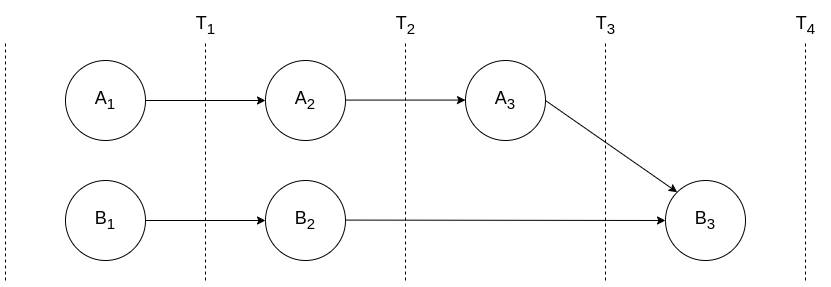
Earlier version of the draw.io export docs/images/join-A-to-B-add-to-B.png (orbitdb-archive/orbit-db-nextgen). Source tidied: cells renumbered, new cells last; positions are measured from the earlier drawing's top-left corner, leaving out a move shared by most shapes.
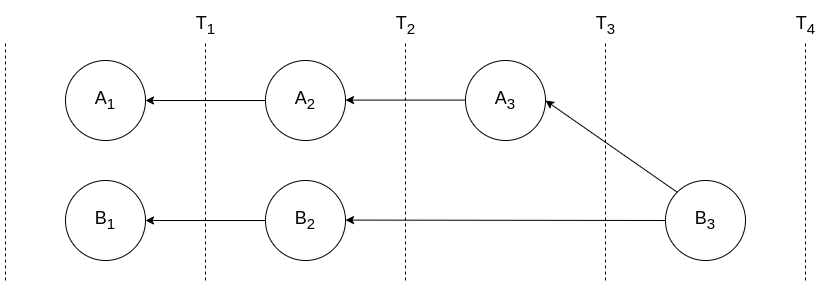
The same diagram one commit later.

The edit, as a diff of the source:
```diff
@@ -8,7 +8,7 @@
     <mxCell id="3" value="&lt;font style=&quot;font-size: 18px;&quot;&gt;B&lt;sub&gt;2&lt;/sub&gt;&lt;/font&gt;" style="ellipse;whiteSpace=wrap;html=1;" parent="1" vertex="1">
       <mxGeometry x="260" y="175" width="80" height="80" as="geometry" />
     </mxCell>
-    <mxCell id="4" style="endArrow=classic;html=1;rounded=0;exitX=1;exitY=0.5;exitDx=0;exitDy=0;entryX=0;entryY=0.5;entryDx=0;entryDy=0;" parent="1" edge="1" source="2" target="3">
+    <mxCell id="4" style="endArrow=classic;html=1;rounded=0;exitX=0;exitY=0.5;exitDx=0;exitDy=0;entryX=1;entryY=0.5;entryDx=0;entryDy=0;" parent="1" edge="1" source="3" target="2">
       <mxGeometry relative="1" as="geometry" />
     </mxCell>
     <mxCell id="5" style="endArrow=none;dashed=1;html=1;rounded=0;" parent="1" edge="1">
@@ -50,7 +50,7 @@
     <mxCell id="13" value="&lt;font style=&quot;font-size: 18px;&quot;&gt;A&lt;sub&gt;2&lt;/sub&gt;&lt;/font&gt;" style="ellipse;whiteSpace=wrap;html=1;" parent="1" vertex="1">
       <mxGeometry x="260" y="55" width="80" height="80" as="geometry" />
     </mxCell>
-    <mxCell id="14" style="endArrow=classic;html=1;rounded=0;exitX=1;exitY=0.5;exitDx=0;exitDy=0;entryX=0;entryY=0.5;entryDx=0;entryDy=0;" parent="1" edge="1" source="12" target="13">
+    <mxCell id="14" style="endArrow=classic;html=1;rounded=0;exitX=0;exitY=0.5;exitDx=0;exitDy=0;entryX=1;entryY=0.5;entryDx=0;entryDy=0;" parent="1" edge="1" source="13" target="12">
       <mxGeometry relative="1" as="geometry" />
     </mxCell>
     <mxCell id="15" value="&lt;font style=&quot;font-size: 18px;&quot;&gt;A&lt;sub&gt;3&lt;/sub&gt;&lt;/font&gt;" style="ellipse;whiteSpace=wrap;html=1;" parent="1" vertex="1">
@@ -58,8 +58,8 @@
     </mxCell>
     <mxCell id="16" style="endArrow=classic;html=1;rounded=0;exitX=1;exitY=0.5;exitDx=0;exitDy=0;entryX=0;entryY=0.5;entryDx=0;entryDy=0;" parent="1" edge="1">
       <mxGeometry relative="1" as="geometry">
-        <mxPoint x="340" y="94.6" as="sourcePoint" />
-        <mxPoint x="460" y="94.6" as="targetPoint" />
+        <mxPoint x="460" y="94.6" as="sourcePoint" />
+        <mxPoint x="340" y="94.6" as="targetPoint" />
       </mxGeometry>
     </mxCell>
     <mxCell id="17" style="endArrow=none;dashed=1;html=1;rounded=0;" parent="1" edge="1">
@@ -74,12 +74,12 @@
     <mxCell id="19" value="&lt;font style=&quot;font-size: 18px;&quot;&gt;B&lt;sub&gt;3&lt;/sub&gt;&lt;/font&gt;" style="ellipse;whiteSpace=wrap;html=1;" parent="1" vertex="1">
       <mxGeometry x="660" y="175" width="80" height="80" as="geometry" />
     </mxCell>
-    <mxCell id="20" style="endArrow=classic;html=1;rounded=0;exitX=1;exitY=0.5;exitDx=0;exitDy=0;entryX=0;entryY=0.5;entryDx=0;entryDy=0;" parent="1" edge="1" target="19">
+    <mxCell id="20" style="endArrow=classic;html=1;rounded=0;exitX=0;exitY=0.5;exitDx=0;exitDy=0;entryX=0;entryY=0.5;entryDx=0;entryDy=0;" parent="1" edge="1" source="19">
       <mxGeometry relative="1" as="geometry">
-        <mxPoint x="340" y="214.6" as="sourcePoint" />
+        <mxPoint x="340" y="214.6" as="targetPoint" />
       </mxGeometry>
     </mxCell>
-    <mxCell id="21" style="endArrow=classic;html=1;rounded=0;exitX=1;exitY=0.5;exitDx=0;exitDy=0;entryX=0;entryY=0;entryDx=0;entryDy=0;" parent="1" edge="1" source="15" target="19">
+    <mxCell id="21" style="endArrow=classic;html=1;rounded=0;exitX=0;exitY=0;exitDx=0;exitDy=0;entryX=1;entryY=0.5;entryDx=0;entryDy=0;" parent="1" edge="1" source="19" target="15">
       <mxGeometry relative="1" as="geometry" />
     </mxCell>
   </root>
```
